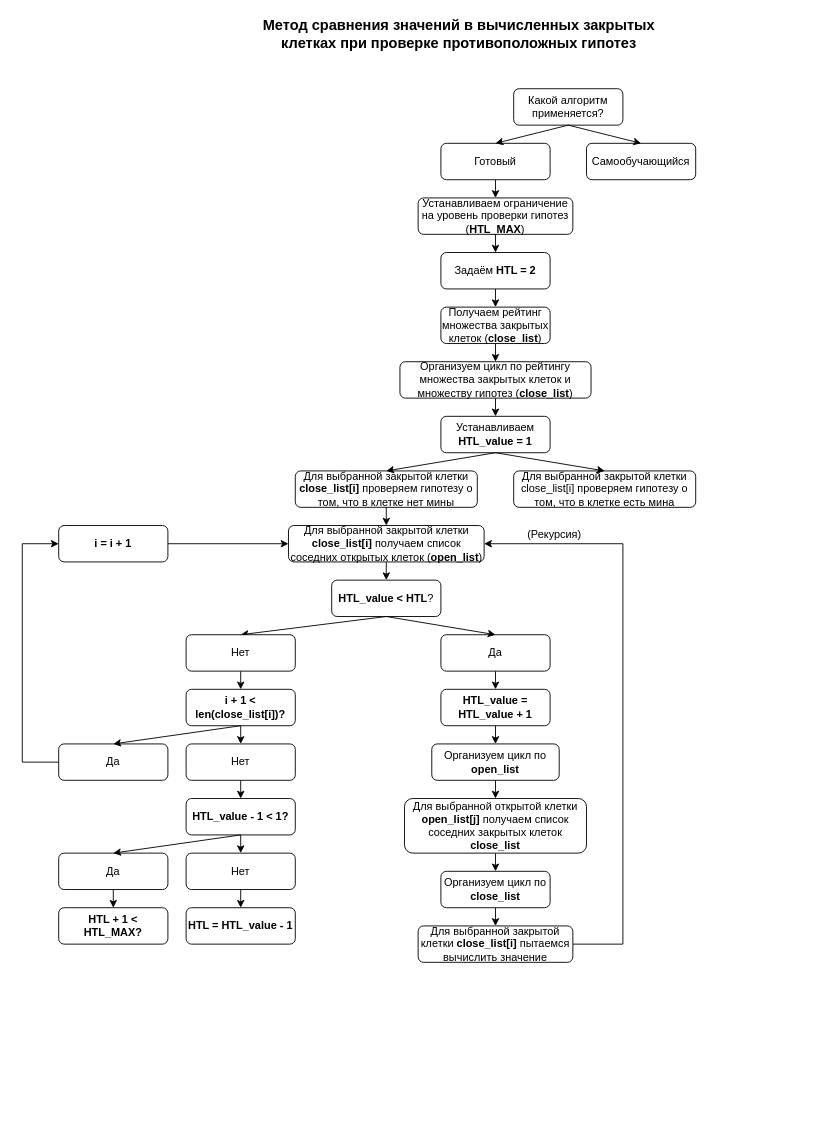
Above: page "6) Обучение. Метод 2" (10 of 11) of docs/Сапёр. Описание работы.drawio in xex238/Diploma_2022 (draw.io), before the change. Source tidied: cells renumbered, new cells numbered last; positions are measured from the earlier drawing's top-left corner, leaving out a move shared by most shapes. Both pictures are drawn from the tidied source at 91%, with x=0, y=0 at pixel (22, 15).
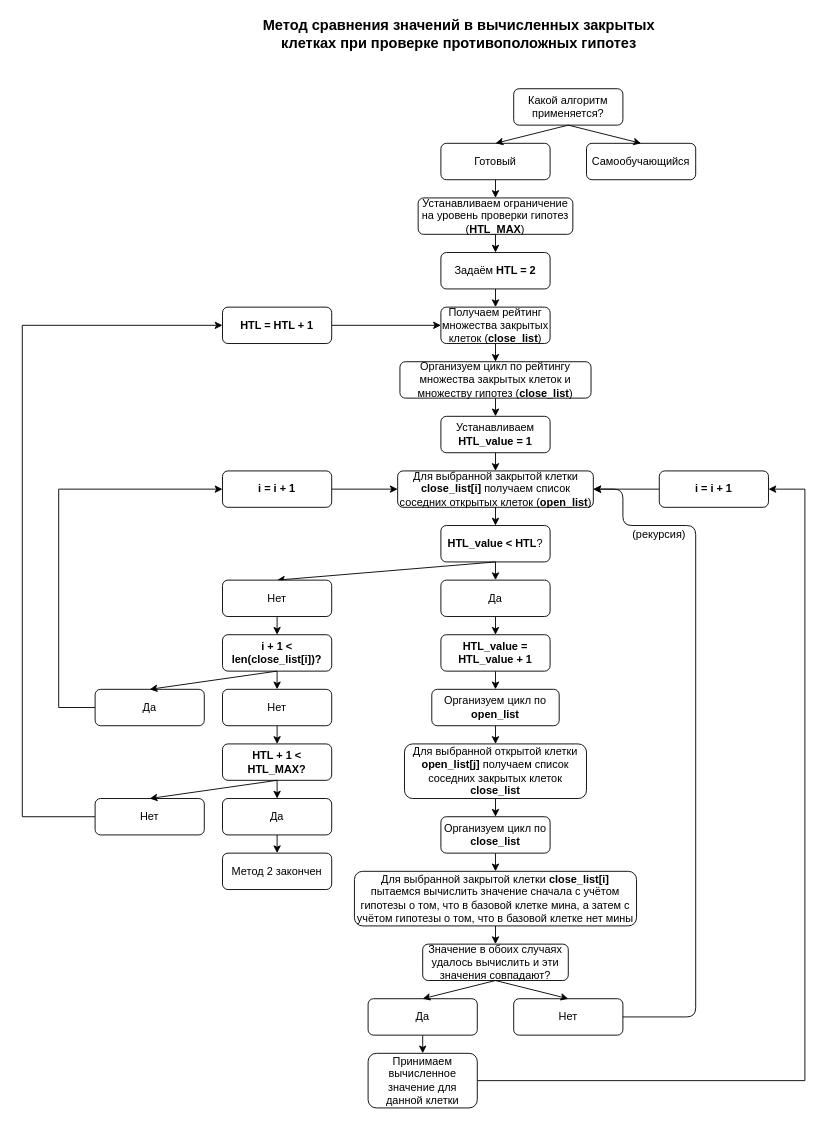
The same diagram, later.

The change refers to these unchanged cells:
```xml
<mxCell id="14" value="Получаем рейтинг множества закрытых клеток (&lt;b&gt;close_list&lt;/b&gt;)" style="rounded=1;whiteSpace=wrap;html=1;" parent="1" vertex="1">
  <mxGeometry x="460" y="320" width="120" height="40" as="geometry" />
</mxCell>
<mxCell id="15" value="Устанавливаем &lt;b&gt;HTL_value = 1&lt;/b&gt;" style="rounded=1;whiteSpace=wrap;html=1;" parent="1" vertex="1">
  <mxGeometry x="460" y="440" width="120" height="40" as="geometry" />
</mxCell>
```

What changed in the source:
```diff
@@
+    <mxCell id="61" style="edgeStyle=orthogonalEdgeStyle;rounded=0;jettySize=auto;html=1;exitX=0.5;exitY=1;exitDx=0;exitDy=0;entryX=0.5;entryY=0;entryDx=0;entryDy=0;" parent="1" edge="1" source="15" target="23">
+      <mxGeometry relative="1" as="geometry" />
+    </mxCell>
@@
-    <mxCell id="18" value="Для выбранной закрытой клетки &lt;b&gt;close_list[i]&lt;/b&gt; проверяем гипотезу о том, что в клетке нет мины" style="rounded=1;whiteSpace=wrap;html=1;" parent="1" vertex="1">
-      <mxGeometry x="300" y="500" width="200" height="40" as="geometry" />
-    </mxCell>
-    <mxCell id="19" value="Для выбранной закрытой клетки close_list[i] проверяем гипотезу о том, что в клетке есть мина" style="rounded=1;whiteSpace=wrap;html=1;" parent="1" vertex="1">
-      <mxGeometry x="540" y="500" width="200" height="40" as="geometry" />
-    </mxCell>
-    <mxCell id="20" style="endArrow=classic;html=1;entryX=0.5;entryY=0;entryDx=0;entryDy=0;exitX=0.5;exitY=1;exitDx=0;exitDy=0;" parent="1" edge="1" source="15" target="18">
-      <mxGeometry relative="1" as="geometry" />
-    </mxCell>
-    <mxCell id="21" style="endArrow=classic;html=1;entryX=0.5;entryY=0;entryDx=0;entryDy=0;exitX=0.5;exitY=1;exitDx=0;exitDy=0;" parent="1" edge="1" source="15" target="19">
-      <mxGeometry relative="1" as="geometry" />
-    </mxCell>
-    <mxCell id="22" style="edgeStyle=orthogonalEdgeStyle;rounded=0;jettySize=auto;html=1;exitX=0.5;exitY=1;exitDx=0;exitDy=0;entryX=0.5;entryY=0;entryDx=0;entryDy=0;" parent="1" edge="1" source="23">
-      <mxGeometry relative="1" as="geometry">
-        <mxPoint x="400" y="620" as="targetPoint" />
-      </mxGeometry>
-    </mxCell>
+    <mxCell id="62" style="edgeStyle=orthogonalEdgeStyle;rounded=0;jettySize=auto;html=1;exitX=0.5;exitY=1;exitDx=0;exitDy=0;entryX=0.5;entryY=0;entryDx=0;entryDy=0;" parent="1" edge="1" source="23" target="25">
+      <mxGeometry relative="1" as="geometry" />
+    </mxCell>
     <mxCell id="23" value="Для выбранной закрытой клетки &lt;b&gt;close_list[i]&lt;/b&gt; получаем список соседних открытых клеток (&lt;b&gt;open_list&lt;/b&gt;)" style="rounded=1;whiteSpace=wrap;html=1;align=center;" parent="1" vertex="1">
-      <mxGeometry x="292.5" y="560" width="215" height="40" as="geometry" />
+      <mxGeometry x="412.5" y="500" width="215" height="40" as="geometry" />
     </mxCell>
-    <mxCell id="24" style="edgeStyle=orthogonalEdgeStyle;rounded=0;orthogonalLoop=1;jettySize=auto;html=1;exitX=0.5;exitY=1;exitDx=0;exitDy=0;entryX=0.5;entryY=0;entryDx=0;entryDy=0;" parent="1" edge="1">
-      <mxGeometry relative="1" as="geometry">
-        <mxPoint x="400" y="540" as="sourcePoint" />
-        <mxPoint x="400" y="560" as="targetPoint" />
-      </mxGeometry>
-    </mxCell>
     <mxCell id="25" value="&lt;b&gt;HTL_value &amp;lt; HTL&lt;/b&gt;?" style="rounded=1;whiteSpace=wrap;html=1;" parent="1" vertex="1">
-      <mxGeometry x="340" y="620" width="120" height="40" as="geometry" />
+      <mxGeometry x="460" y="560" width="120" height="40" as="geometry" />
     </mxCell>
@@
     <mxCell id="28" value="Да" style="rounded=1;whiteSpace=wrap;html=1;" parent="1" vertex="1">
-      <mxGeometry x="460" y="680" width="120" height="40" as="geometry" />
+      <mxGeometry x="460" y="620" width="120" height="40" as="geometry" />
     </mxCell>
@@
     <mxCell id="30" value="Нет" style="rounded=1;whiteSpace=wrap;html=1;" parent="1" vertex="1">
-      <mxGeometry x="180" y="680" width="120" height="40" as="geometry" />
+      <mxGeometry x="220" y="620" width="120" height="40" as="geometry" />
     </mxCell>
@@
     <mxCell id="33" value="Организуем цикл по &lt;b&gt;open_list&lt;/b&gt;" style="rounded=1;whiteSpace=wrap;html=1;" parent="1" vertex="1">
-      <mxGeometry x="450" y="800" width="140" height="40" as="geometry" />
+      <mxGeometry x="450" y="740" width="140" height="40" as="geometry" />
     </mxCell>
@@
     <mxCell id="35" value="&lt;b&gt;HTL_value = HTL_value + 1&lt;/b&gt;" style="rounded=1;whiteSpace=wrap;html=1;" parent="1" vertex="1">
-      <mxGeometry x="460" y="740" width="120" height="40" as="geometry" />
+      <mxGeometry x="460" y="680" width="120" height="40" as="geometry" />
     </mxCell>
@@
     <mxCell id="37" value="Для выбранной открытой клетки &lt;b&gt;open_list[j]&lt;/b&gt; получаем список соседних закрытых клеток &lt;b&gt;close_list&lt;/b&gt;" style="rounded=1;whiteSpace=wrap;html=1;" parent="1" vertex="1">
-      <mxGeometry x="420" y="860" width="200" height="60" as="geometry" />
+      <mxGeometry x="420" y="800" width="200" height="60" as="geometry" />
     </mxCell>
@@
     <mxCell id="39" value="Организуем цикл по &lt;b&gt;close_list&lt;/b&gt;" style="rounded=1;whiteSpace=wrap;html=1;" parent="1" vertex="1">
-      <mxGeometry x="460" y="940" width="120" height="40" as="geometry" />
+      <mxGeometry x="460" y="880" width="120" height="40" as="geometry" />
     </mxCell>
-    <mxCell id="40" style="edgeStyle=orthogonalEdgeStyle;rounded=0;jettySize=auto;html=1;exitX=1;exitY=0.5;exitDx=0;exitDy=0;entryX=1;entryY=0.5;entryDx=0;entryDy=0;" parent="1" edge="1" source="41" target="23">
-      <mxGeometry relative="1" as="geometry">
-        <Array as="points">
-          <mxPoint x="660" y="1020" />
-          <mxPoint x="660" y="580" />
-        </Array>
-      </mxGeometry>
-    </mxCell>
+    <mxCell id="63" style="edgeStyle=orthogonalEdgeStyle;rounded=0;jettySize=auto;html=1;exitX=0.5;exitY=1;exitDx=0;exitDy=0;entryX=0.5;entryY=0;entryDx=0;entryDy=0;" parent="1" edge="1" source="41" target="66">
+      <mxGeometry relative="1" as="geometry" />
+    </mxCell>
-    <mxCell id="41" value="Для выбранной закрытой клетки &lt;b&gt;close_list[i]&lt;/b&gt; пытаемся вычислить значение" style="rounded=1;whiteSpace=wrap;html=1;" parent="1" vertex="1">
-      <mxGeometry x="435" y="1000" width="170" height="40" as="geometry" />
+    <mxCell id="41" value="Для выбранной закрытой клетки &lt;b&gt;close_list[i]&lt;/b&gt; пытаемся вычислить значение сначала с учётом гипотезы о том, что в базовой клетке мина, а затем с учётом гипотезы о том, что в базовой клетке нет мины" style="rounded=1;whiteSpace=wrap;html=1;" parent="1" vertex="1">
+      <mxGeometry x="365" y="940" width="310" height="60" as="geometry" />
     </mxCell>
-    <mxCell id="42" value="(Рекурсия)" style="text;html=1;strokeColor=none;fillColor=none;align=center;verticalAlign=middle;whiteSpace=wrap;rounded=0;" parent="1" vertex="1">
-      <mxGeometry x="520" y="560" width="130" height="20" as="geometry" />
-    </mxCell>
@@
     <mxCell id="44" value="&lt;b&gt;i + 1 &amp;lt; len(close_list[i])?&lt;/b&gt;" style="rounded=1;whiteSpace=wrap;html=1;" parent="1" vertex="1">
-      <mxGeometry x="180" y="740" width="120" height="40" as="geometry" />
+      <mxGeometry x="220" y="680" width="120" height="40" as="geometry" />
     </mxCell>
     <mxCell id="45" style="edgeStyle=orthogonalEdgeStyle;rounded=0;jettySize=auto;html=1;exitX=0;exitY=0.5;exitDx=0;exitDy=0;entryX=0;entryY=0.5;entryDx=0;entryDy=0;" parent="1" edge="1" source="46" target="60">
       <mxGeometry relative="1" as="geometry">
         <Array as="points">
-          <mxPoint y="820" />
-          <mxPoint y="580" />
+          <mxPoint x="40" y="760" />
+          <mxPoint x="40" y="520" />
         </Array>
       </mxGeometry>
     </mxCell>
     <mxCell id="46" value="Да" style="rounded=1;whiteSpace=wrap;html=1;" parent="1" vertex="1">
-      <mxGeometry x="40" y="800" width="120" height="40" as="geometry" />
+      <mxGeometry x="80" y="740" width="120" height="40" as="geometry" />
     </mxCell>
@@
     <mxCell id="48" value="Нет" style="rounded=1;whiteSpace=wrap;html=1;" parent="1" vertex="1">
-      <mxGeometry x="180" y="800" width="120" height="40" as="geometry" />
+      <mxGeometry x="220" y="740" width="120" height="40" as="geometry" />
     </mxCell>
@@
-    <mxCell id="50" value="&lt;b&gt;HTL_value - 1 &amp;lt; 1?&lt;/b&gt;" style="rounded=1;whiteSpace=wrap;html=1;" parent="1" vertex="1">
-      <mxGeometry x="180" y="860" width="120" height="40" as="geometry" />
+    <mxCell id="50" value="&lt;b&gt;HTL + 1 &amp;lt; HTL_MAX?&lt;/b&gt;" style="rounded=1;whiteSpace=wrap;html=1;" parent="1" vertex="1">
+      <mxGeometry x="220" y="800" width="120" height="40" as="geometry" />
     </mxCell>
-    <mxCell id="51" style="edgeStyle=orthogonalEdgeStyle;rounded=0;jettySize=auto;html=1;exitX=0.5;exitY=1;exitDx=0;exitDy=0;entryX=0.5;entryY=0;entryDx=0;entryDy=0;" parent="1" edge="1" target="55">
-      <mxGeometry relative="1" as="geometry">
-        <mxPoint x="240" y="900" as="sourcePoint" />
-      </mxGeometry>
-    </mxCell>
-    <mxCell id="52" style="edgeStyle=orthogonalEdgeStyle;rounded=0;jettySize=auto;html=1;exitX=0.5;exitY=1;exitDx=0;exitDy=0;entryX=0.5;entryY=0;entryDx=0;entryDy=0;" parent="1" edge="1" source="53" target="58">
-      <mxGeometry relative="1" as="geometry" />
-    </mxCell>
+    <mxCell id="64" style="edgeStyle=orthogonalEdgeStyle;rounded=0;jettySize=auto;html=1;exitX=0.5;exitY=1;exitDx=0;exitDy=0;entryX=0.5;entryY=0;entryDx=0;entryDy=0;" parent="1" edge="1" source="53" target="75">
+      <mxGeometry relative="1" as="geometry" />
+    </mxCell>
     <mxCell id="53" value="Да" style="rounded=1;whiteSpace=wrap;html=1;" parent="1" vertex="1">
-      <mxGeometry x="40" y="920" width="120" height="40" as="geometry" />
+      <mxGeometry x="220" y="860" width="120" height="40" as="geometry" />
     </mxCell>
-    <mxCell id="54" style="edgeStyle=orthogonalEdgeStyle;rounded=0;jettySize=auto;html=1;exitX=0.5;exitY=1;exitDx=0;exitDy=0;entryX=0.5;entryY=0;entryDx=0;entryDy=0;" parent="1" edge="1" source="55" target="57">
-      <mxGeometry relative="1" as="geometry" />
-    </mxCell>
+    <mxCell id="65" style="edgeStyle=orthogonalEdgeStyle;rounded=0;jettySize=auto;html=1;exitX=0;exitY=0.5;exitDx=0;exitDy=0;entryX=0;entryY=0.5;entryDx=0;entryDy=0;" parent="1" edge="1" source="55" target="74">
+      <mxGeometry relative="1" as="geometry">
+        <Array as="points">
+          <mxPoint y="880" />
+          <mxPoint y="340" />
+        </Array>
+      </mxGeometry>
+    </mxCell>
     <mxCell id="55" value="Нет" style="rounded=1;whiteSpace=wrap;html=1;" parent="1" vertex="1">
-      <mxGeometry x="180" y="920" width="120" height="40" as="geometry" />
+      <mxGeometry x="80" y="860" width="120" height="40" as="geometry" />
     </mxCell>
     <mxCell id="56" style="endArrow=classic;html=1;entryX=0.5;entryY=0;entryDx=0;entryDy=0;exitX=0.5;exitY=1;exitDx=0;exitDy=0;" parent="1" edge="1" target="53">
       <mxGeometry relative="1" as="geometry">
-        <mxPoint x="240" y="900" as="sourcePoint" />
+        <mxPoint x="280" y="840" as="sourcePoint" />
       </mxGeometry>
     </mxCell>
-    <mxCell id="57" value="&lt;b&gt;HTL =&amp;nbsp;HTL_value - 1&lt;/b&gt;" style="rounded=1;whiteSpace=wrap;html=1;" parent="1" vertex="1">
-      <mxGeometry x="180" y="980" width="120" height="40" as="geometry" />
-    </mxCell>
-    <mxCell id="58" value="&lt;b&gt;HTL + 1 &amp;lt; HTL_MAX?&lt;/b&gt;" style="rounded=1;whiteSpace=wrap;html=1;" parent="1" vertex="1">
-      <mxGeometry x="40" y="980" width="120" height="40" as="geometry" />
-    </mxCell>
@@
     <mxCell id="60" value="&lt;b&gt;i = i + 1&lt;/b&gt;" style="rounded=1;whiteSpace=wrap;html=1;" parent="1" vertex="1">
-      <mxGeometry x="40" y="560" width="120" height="40" as="geometry" />
+      <mxGeometry x="220" y="500" width="120" height="40" as="geometry" />
     </mxCell>
+    <mxCell id="66" value="Значение в обоих случаях удалось вычислить и эти значения совпадают?" style="rounded=1;whiteSpace=wrap;html=1;" parent="1" vertex="1">
+      <mxGeometry x="440" y="1020" width="160" height="40" as="geometry" />
+    </mxCell>
+    <mxCell id="67" style="edgeStyle=orthogonalEdgeStyle;rounded=0;jettySize=auto;html=1;exitX=0.5;exitY=1;exitDx=0;exitDy=0;entryX=0.5;entryY=0;entryDx=0;entryDy=0;" parent="1" edge="1" source="68" target="77">
+      <mxGeometry relative="1" as="geometry" />
+    </mxCell>
+    <mxCell id="68" value="Да" style="rounded=1;whiteSpace=wrap;html=1;" parent="1" vertex="1">
+      <mxGeometry x="380" y="1080" width="120" height="40" as="geometry" />
+    </mxCell>
+    <mxCell id="69" value="Нет" style="rounded=1;whiteSpace=wrap;html=1;" parent="1" vertex="1">
+      <mxGeometry x="540" y="1080" width="120" height="40" as="geometry" />
+    </mxCell>
+    <mxCell id="70" style="endArrow=classic;html=1;entryX=0.5;entryY=0;entryDx=0;entryDy=0;exitX=0.5;exitY=1;exitDx=0;exitDy=0;" parent="1" edge="1" source="66" target="68">
+      <mxGeometry relative="1" as="geometry" />
+    </mxCell>
+    <mxCell id="71" style="endArrow=classic;html=1;entryX=0.5;entryY=0;entryDx=0;entryDy=0;exitX=0.5;exitY=1;exitDx=0;exitDy=0;" parent="1" edge="1" source="66" target="69">
+      <mxGeometry relative="1" as="geometry" />
+    </mxCell>
+    <mxCell id="72" style="endArrow=classic;html=1;entryX=0.5;entryY=0;entryDx=0;entryDy=0;exitX=0.5;exitY=1;exitDx=0;exitDy=0;" parent="1" edge="1" source="50" target="55">
+      <mxGeometry relative="1" as="geometry" />
+    </mxCell>
+    <mxCell id="73" style="edgeStyle=orthogonalEdgeStyle;rounded=0;jettySize=auto;html=1;exitX=1;exitY=0.5;exitDx=0;exitDy=0;entryX=0;entryY=0.5;entryDx=0;entryDy=0;" parent="1" edge="1" source="74" target="14">
+      <mxGeometry relative="1" as="geometry" />
+    </mxCell>
+    <mxCell id="74" value="&lt;b&gt;HTL = HTL + 1&lt;/b&gt;" style="rounded=1;whiteSpace=wrap;html=1;" parent="1" vertex="1">
+      <mxGeometry x="220" y="320" width="120" height="40" as="geometry" />
+    </mxCell>
+    <mxCell id="75" value="Метод 2 закончен" style="rounded=1;whiteSpace=wrap;html=1;" parent="1" vertex="1">
+      <mxGeometry x="220" y="920" width="120" height="40" as="geometry" />
+    </mxCell>
+    <mxCell id="76" style="edgeStyle=orthogonalEdgeStyle;rounded=0;jettySize=auto;html=1;exitX=1;exitY=0.5;exitDx=0;exitDy=0;entryX=1;entryY=0.5;entryDx=0;entryDy=0;" parent="1" edge="1" source="77" target="81">
+      <mxGeometry relative="1" as="geometry">
+        <Array as="points">
+          <mxPoint x="860" y="1170" />
+          <mxPoint x="860" y="520" />
+        </Array>
+      </mxGeometry>
+    </mxCell>
+    <mxCell id="77" value="Принимаем вычисленное значение для данной клетки" style="rounded=1;whiteSpace=wrap;html=1;" parent="1" vertex="1">
+      <mxGeometry x="380" y="1140" width="120" height="60" as="geometry" />
+    </mxCell>
+    <mxCell id="78" value="(рекурсия)" style="text;html=1;strokeColor=none;fillColor=none;align=center;verticalAlign=middle;whiteSpace=wrap;rounded=0;" parent="1" vertex="1">
+      <mxGeometry x="660" y="560" width="80" height="20" as="geometry" />
+    </mxCell>
+    <mxCell id="79" style="endArrow=classic;html=1;entryX=1;entryY=0.5;entryDx=0;entryDy=0;exitX=1;exitY=0.5;exitDx=0;exitDy=0;" parent="1" edge="1" source="69" target="23">
+      <mxGeometry relative="1" as="geometry">
+        <Array as="points">
+          <mxPoint x="740" y="1100" />
+          <mxPoint x="740" y="560" />
+          <mxPoint x="660" y="560" />
+          <mxPoint x="660" y="520" />
+        </Array>
+      </mxGeometry>
+    </mxCell>
+    <mxCell id="80" style="edgeStyle=orthogonalEdgeStyle;rounded=0;jettySize=auto;html=1;exitX=0;exitY=0.5;exitDx=0;exitDy=0;entryX=1;entryY=0.5;entryDx=0;entryDy=0;" parent="1" edge="1" source="81" target="23">
+      <mxGeometry relative="1" as="geometry" />
+    </mxCell>
+    <mxCell id="81" value="&lt;b&gt;i = i + 1&lt;/b&gt;" style="rounded=1;whiteSpace=wrap;html=1;" parent="1" vertex="1">
+      <mxGeometry x="700" y="500" width="120" height="40" as="geometry" />
+    </mxCell>
```
